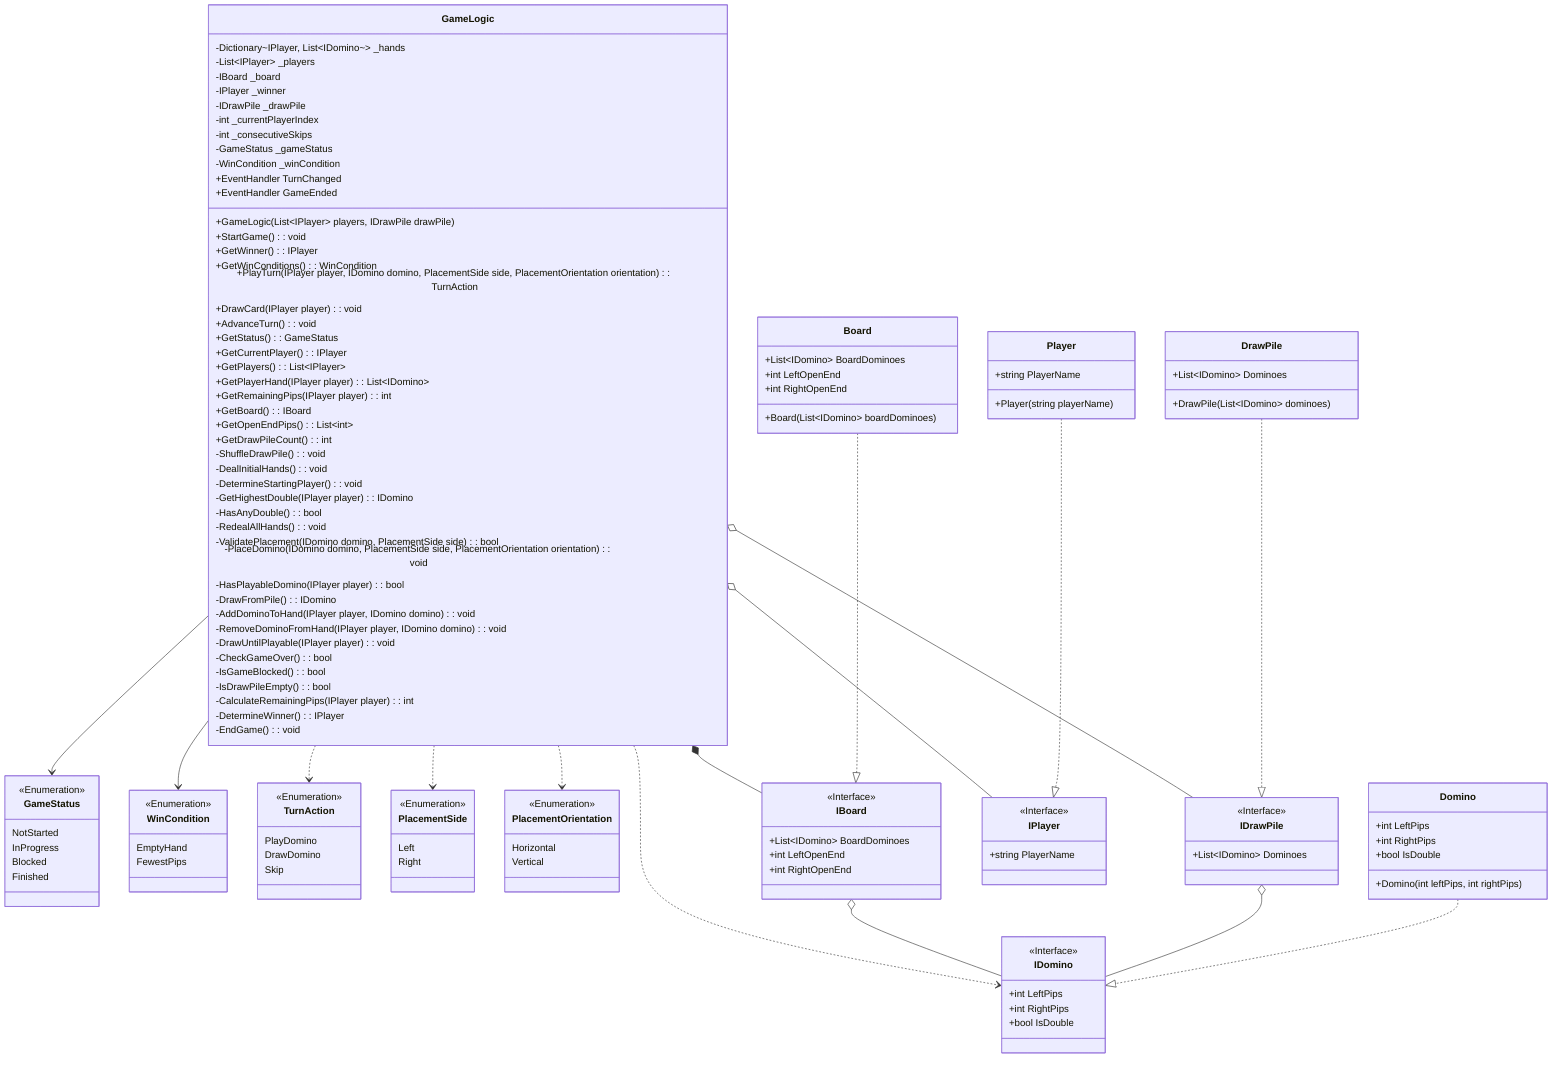
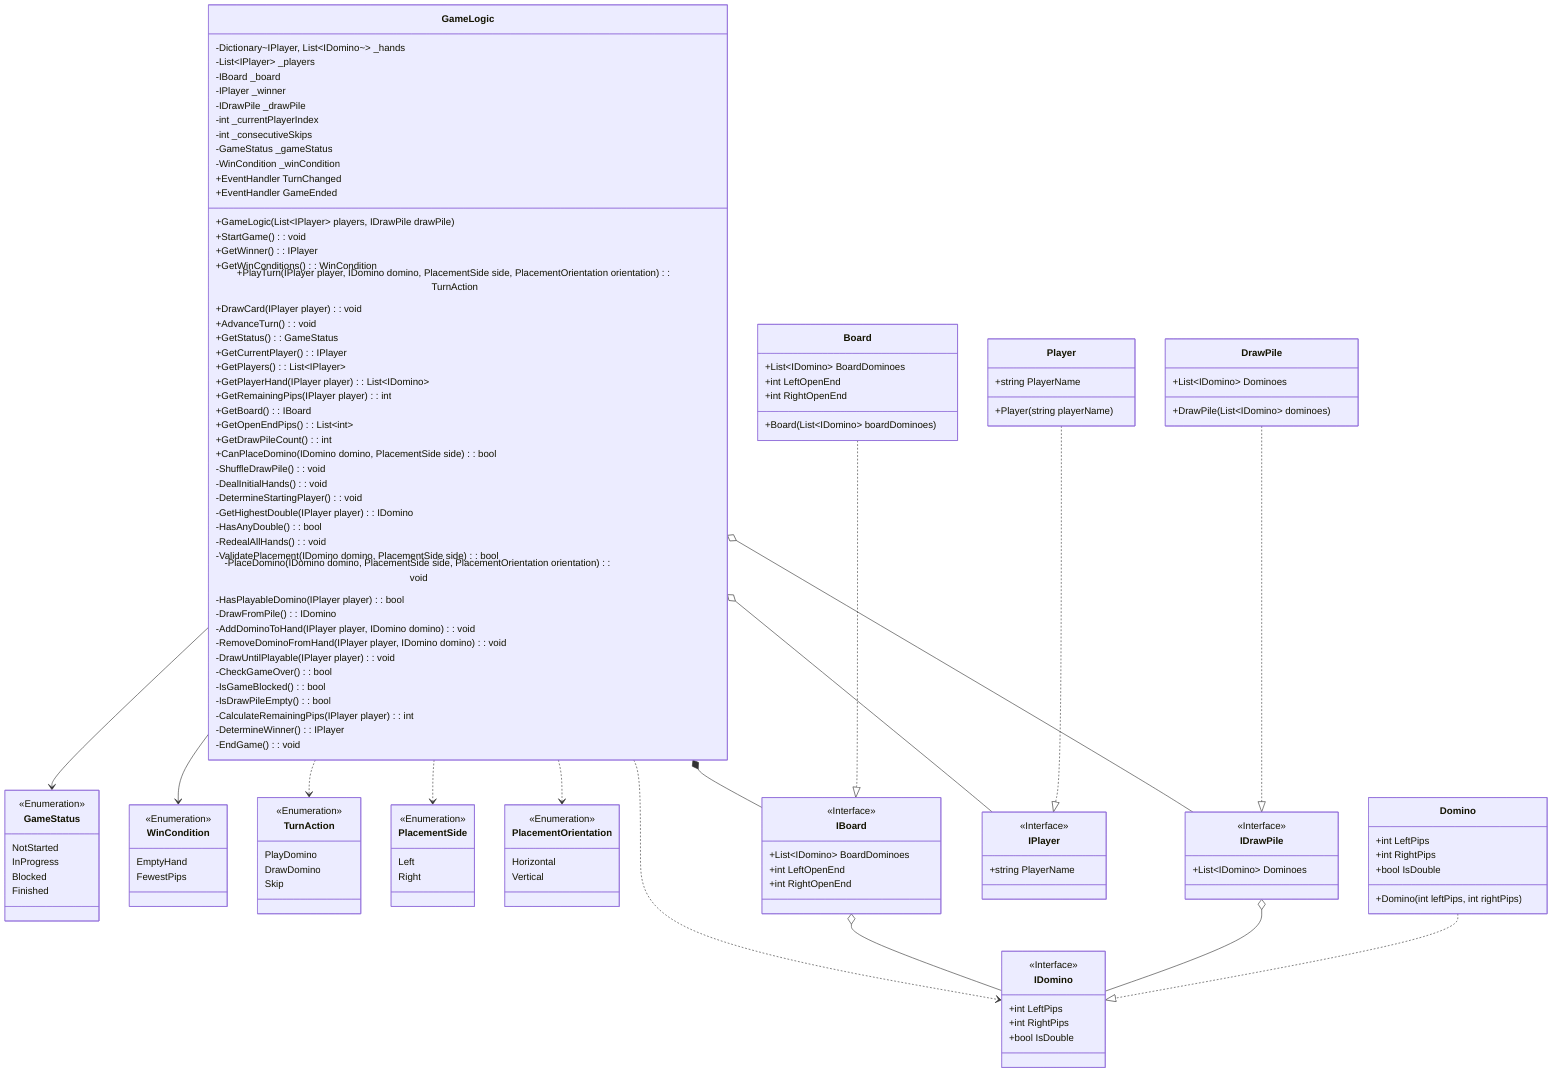
classDiagram
    direction TB

    %% Associations
    GameLogic --> GameStatus
    GameLogic --> WinCondition

    %% Dependencies
    GameLogic ..> TurnAction
    GameLogic ..> PlacementSide
    GameLogic ..> PlacementOrientation
    GameLogic ..> IDomino

    %% Compositions
    GameLogic *-- IBoard

    %% Agregations
    IBoard o-- IDomino
    IDrawPile o-- IDomino
    GameLogic o-- IDrawPile
    GameLogic o-- IPlayer

    %% Realizations
    Domino ..|> IDomino
    Player ..|> IPlayer
    Board ..|> IBoard
    DrawPile ..|> IDrawPile

    %% Enumerations
    class GameStatus {
        NotStarted
        InProgress
        Blocked
        Finished
    }

    class PlacementSide {
        Left
        Right
    }

    class PlacementOrientation {
        Horizontal
        Vertical
    }

    class WinCondition {
        EmptyHand
        FewestPips
    }

    class TurnAction {
        PlayDomino
        DrawDomino
        Skip
    }

    %% Interfaces
    class IDomino {
        +int LeftPips
        +int RightPips
        +bool IsDouble
    }

    class IPlayer {
        +string PlayerName
    }

    class IBoard {
        +List~IDomino~ BoardDominoes
        +int LeftOpenEnd
        +int RightOpenEnd
    }

    class IDrawPile {
        +List~IDomino~ Dominoes
    }

    %% Class Concrete
    class Domino {
        +int LeftPips
        +int RightPips
        +bool IsDouble
        +Domino(int leftPips, int rightPips)
    }

    class Player {
        +string PlayerName
        +Player(string playerName)
    }

    class Board {
        +List~IDomino~ BoardDominoes
        +int LeftOpenEnd
        +int RightOpenEnd
        +Board(List~IDomino~ boardDominoes)
    }

    class DrawPile {
        +List~IDomino~ Dominoes
        +DrawPile(List~IDomino~ dominoes)
    }

    class GameLogic {
        %% Fields / Properties
        -Dictionary~IPlayer, List~IDomino~~ _hands
        -List~IPlayer~ _players
        -IBoard _board
        -IPlayer _winner
        -IDrawPile _drawPile
        -int _currentPlayerIndex
        -int _consecutiveSkips
        -GameStatus _gameStatus
        -WinCondition _winCondition

        %% Events Delegates
        +EventHandler TurnChanged
        +EventHandler GameEnded

        %% Constructors
        +GameLogic(List~IPlayer~ players, IDrawPile drawPile)

        %% Lifecycle (public)
        +StartGame() : void
        +GetWinner() : IPlayer
        +GetWinConditions() : WinCondition

        %% Actions (public)
        +PlayTurn(IPlayer player, IDomino domino, PlacementSide side, PlacementOrientation orientation) : TurnAction
        +DrawCard(IPlayer player) : void
        +AdvanceTurn() : void

        %% Get Info Game and Turn
        +GetStatus() : GameStatus
        +GetCurrentPlayer() : IPlayer

        %% Get Info Player and Hand
        +GetPlayers() : List~IPlayer~
        +GetPlayerHand(IPlayer player) : List~IDomino~
        +GetRemainingPips(IPlayer player) : int

        %% Get Info Board
        +GetBoard() : IBoard
        +GetOpenEndPips() : List~int~
        +GetDrawPileCount() : int
+         +CanPlaceDomino(IDomino domino, PlacementSide side) : bool

        %% Bussines Logic Setup (Private)
        -ShuffleDrawPile() : void
        -DealInitialHands() : void
        -DetermineStartingPlayer() : void
        -GetHighestDouble(IPlayer player) : IDomino
        -HasAnyDouble() : bool
        -RedealAllHands() : void

        %% Bussines Logic Turn and Placement (Private)
        -ValidatePlacement(IDomino domino, PlacementSide side) : bool
        -PlaceDomino(IDomino domino, PlacementSide side, PlacementOrientation orientation) : void
        -HasPlayableDomino(IPlayer player) : bool

        %% Bussines Logic Pile and Hand (Private)
        -DrawFromPile() : IDomino
        -AddDominoToHand(IPlayer player, IDomino domino) : void
        -RemoveDominoFromHand(IPlayer player, IDomino domino) : void
        -DrawUntilPlayable(IPlayer player) : void

        %% Bussines Logic Game End and Resolution (Private)
        -CheckGameOver() : bool
        -IsGameBlocked() : bool
        -IsDrawPileEmpty() : bool
        -CalculateRemainingPips(IPlayer player) : int
        -DetermineWinner() : IPlayer
        -EndGame() : void
    }

    <<Enumeration>> GameStatus
    <<Enumeration>> PlacementSide
    <<Enumeration>> PlacementOrientation
    <<Enumeration>> WinCondition
    <<Enumeration>> TurnAction
    <<Interface>> IDomino
    <<Interface>> IPlayer
    <<Interface>> IBoard
    <<Interface>> IDrawPile



